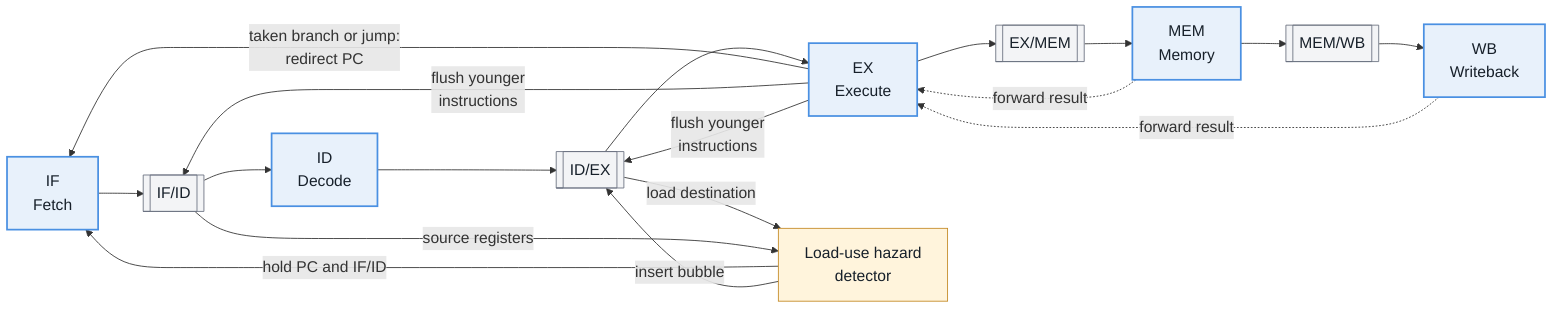
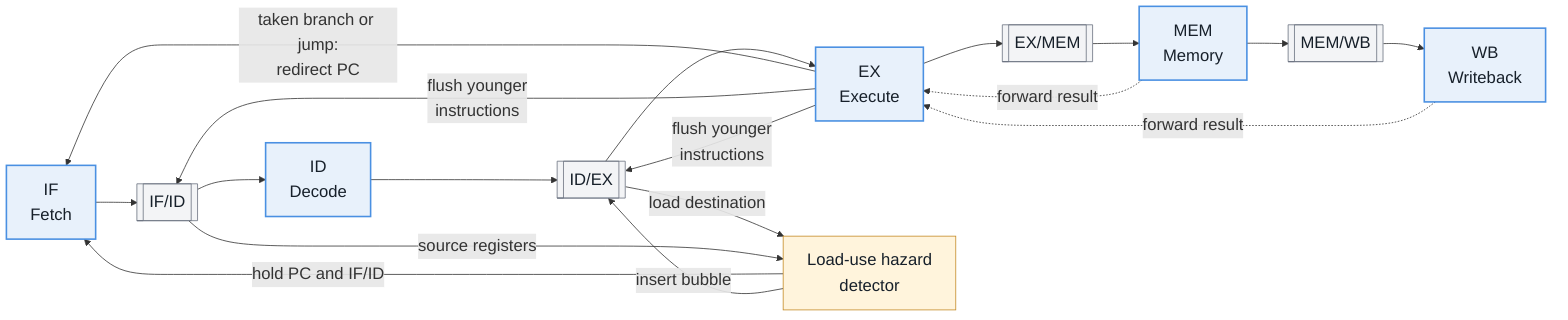
- %%{init: {"themeVariables": {"fontSize": "18px", "fontFamily": "Arial"}, "flowchart": {"nodeSpacing": 38, "rankSpacing": 52}}}%%
+ %%{init: {"themeVariables": {"fontSize": "21px", "fontFamily": "Arial"}, "flowchart": {"nodeSpacing": 38, "rankSpacing": 52}}}%%
flowchart LR
    IF[IF<br/>Fetch] --> R1[[IF/ID]] --> ID[ID<br/>Decode] --> R2[[ID/EX]] --> EX[EX<br/>Execute] --> R3[[EX/MEM]] --> MEM[MEM<br/>Memory] --> R4[[MEM/WB]] --> WB[WB<br/>Writeback]

    MEM -. "forward result" .-> EX
    WB -. "forward result" .-> EX

    EX -->|taken branch or jump:<br/>redirect PC| IF
    EX -->|flush younger<br/>instructions| R1
    EX -->|flush younger<br/>instructions| R2

    H[Load-use hazard<br/>detector] -->|hold PC and IF/ID| IF
    H -->|insert bubble| R2
    R2 -->|load destination| H
    R1 -->|source registers| H

    classDef stage fill:#e8f1fb,stroke:#4a90e2,stroke-width:2px,color:#17202a;
    classDef reg fill:#f3f4f6,stroke:#6b7280,color:#17202a;
    classDef hazard fill:#fff4dc,stroke:#c48a25,color:#17202a;
    class IF,ID,EX,MEM,WB stage;
    class R1,R2,R3,R4 reg;
    class H hazard;
